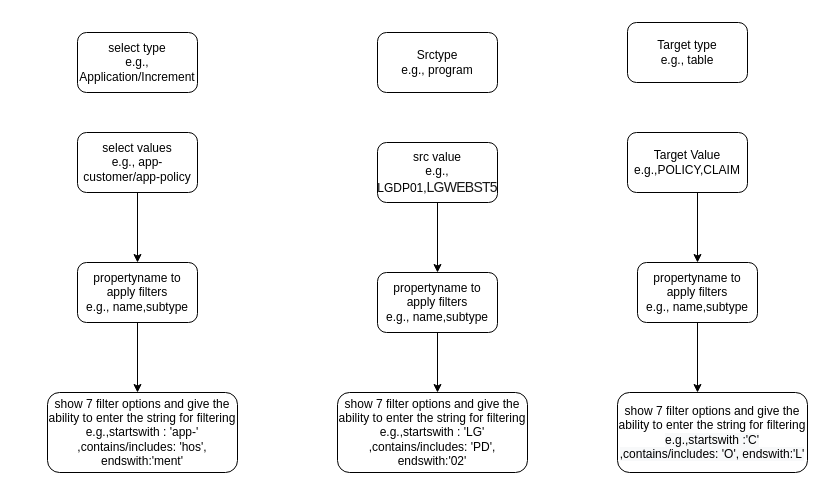
LavanyaReddygari/reddygari-_gprec_5d6 keeps this draw.io diagram as Untitled Diagram.drawio. Above is the earlier version. Source tidied: cells renumbered, new cells numbered last; positions are measured from the earlier drawing's top-left corner, leaving out a move shared by most shapes. Both pictures are drawn from the tidied source at 100%, with x=0, y=0 at pixel (47, 22).
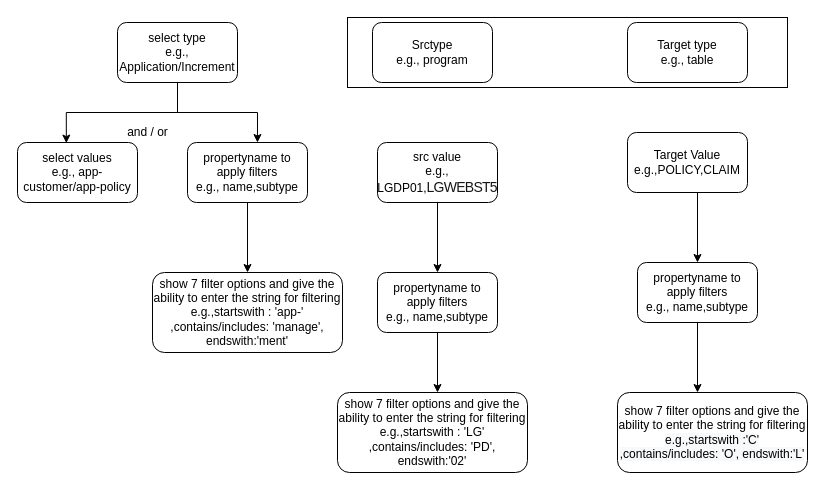
The same page after the edit.

Change to the diagram source:
```diff
@@
+    <mxCell id="20" style="rounded=0;whiteSpace=wrap;html=1;labelBackgroundColor=default;fontColor=default;strokeColor=default;fillColor=default;" parent="1" vertex="1">
+      <mxGeometry x="300" y="-5" width="440" height="70" as="geometry" />
+    </mxCell>
     <mxCell id="2" value="select values&lt;br&gt;e.g., app-customer/app-policy" style="rounded=1;whiteSpace=wrap;html=1;fillColor=default;strokeColor=default;fontColor=default;" parent="1" vertex="1">
-      <mxGeometry x="30" y="110" width="120" height="60" as="geometry" />
+      <mxGeometry x="-30" y="120" width="120" height="60" as="geometry" />
     </mxCell>
-    <mxCell id="3" style="endArrow=classic;html=1;rounded=0;fontColor=default;exitX=0.5;exitY=1;exitDx=0;exitDy=0;strokeColor=default;labelBackgroundColor=default;fillColor=default;" parent="1" edge="1" source="2">
-      <mxGeometry relative="1" as="geometry">
-        <mxPoint x="90" y="240" as="targetPoint" />
-      </mxGeometry>
-    </mxCell>
     <mxCell id="4" value="propertyname to apply filters&lt;br&gt;e.g., name,subtype" style="rounded=1;whiteSpace=wrap;html=1;fontColor=default;strokeColor=default;fillColor=default;" parent="1" vertex="1">
-      <mxGeometry x="30" y="240" width="120" height="60" as="geometry" />
+      <mxGeometry x="140" y="120" width="120" height="60" as="geometry" />
     </mxCell>
-    <mxCell id="5" value="show 7 filter options and give the ability to enter the string for filtering&lt;br&gt;e.g.,startswith : 'app-'&lt;br&gt;,contains/includes: 'hos', endswith:'ment'" style="rounded=1;whiteSpace=wrap;html=1;fontColor=default;strokeColor=default;fillColor=default;" parent="1" vertex="1">
-      <mxGeometry y="370" width="190" height="80" as="geometry" />
+    <mxCell id="5" value="show 7 filter options and give the ability to enter the string for filtering&lt;br&gt;e.g.,startswith : 'app-'&lt;br&gt;,contains/includes: 'manage', endswith:'ment'" style="rounded=1;whiteSpace=wrap;html=1;fontColor=default;strokeColor=default;fillColor=default;" parent="1" vertex="1">
+      <mxGeometry x="105" y="250" width="190" height="80" as="geometry" />
     </mxCell>
     <mxCell id="6" style="endArrow=classic;html=1;rounded=0;labelBackgroundColor=default;fontColor=default;strokeColor=default;fillColor=default;" parent="1" edge="1">
       <mxGeometry relative="1" as="geometry">
-        <mxPoint x="90" y="300" as="sourcePoint" />
-        <mxPoint x="90" y="370" as="targetPoint" />
+        <mxPoint x="200" y="180" as="sourcePoint" />
+        <mxPoint x="200" y="250" as="targetPoint" />
       </mxGeometry>
     </mxCell>
@@
     <mxCell id="16" value="Srctype&lt;br&gt;e.g., program" style="rounded=1;whiteSpace=wrap;html=1;fillColor=default;strokeColor=default;fontColor=default;" parent="1" vertex="1">
-      <mxGeometry x="330" y="10" width="120" height="60" as="geometry" />
+      <mxGeometry x="325" width="120" height="60" as="geometry" />
     </mxCell>
@@
+    <mxCell id="21" style="edgeStyle=orthogonalEdgeStyle;rounded=0;jettySize=auto;html=1;entryX=0.407;entryY=0.01;entryDx=0;entryDy=0;entryPerimeter=0;labelBackgroundColor=default;fontColor=default;strokeColor=default;fillColor=default;" parent="1" edge="1" source="19" target="2">
+      <mxGeometry relative="1" as="geometry" />
+    </mxCell>
+    <mxCell id="22" style="edgeStyle=orthogonalEdgeStyle;rounded=0;jettySize=auto;html=1;entryX=0.583;entryY=0;entryDx=0;entryDy=0;entryPerimeter=0;labelBackgroundColor=default;fontColor=default;strokeColor=default;fillColor=default;" parent="1" edge="1" source="19" target="4">
+      <mxGeometry relative="1" as="geometry" />
+    </mxCell>
     <mxCell id="19" value="select type&lt;br&gt;e.g., Application/Increment" style="rounded=1;whiteSpace=wrap;html=1;fillColor=default;strokeColor=default;fontColor=default;" parent="1" vertex="1">
-      <mxGeometry x="30" y="10" width="120" height="60" as="geometry" />
+      <mxGeometry x="70" width="120" height="60" as="geometry" />
     </mxCell>
+    <mxCell id="23" value="and / or" style="text;html=1;align=center;verticalAlign=middle;strokeColor=none;fillColor=none;fontColor=default;" parent="1" vertex="1">
+      <mxGeometry x="70" y="100" width="60" height="20" as="geometry" />
+    </mxCell>
```
